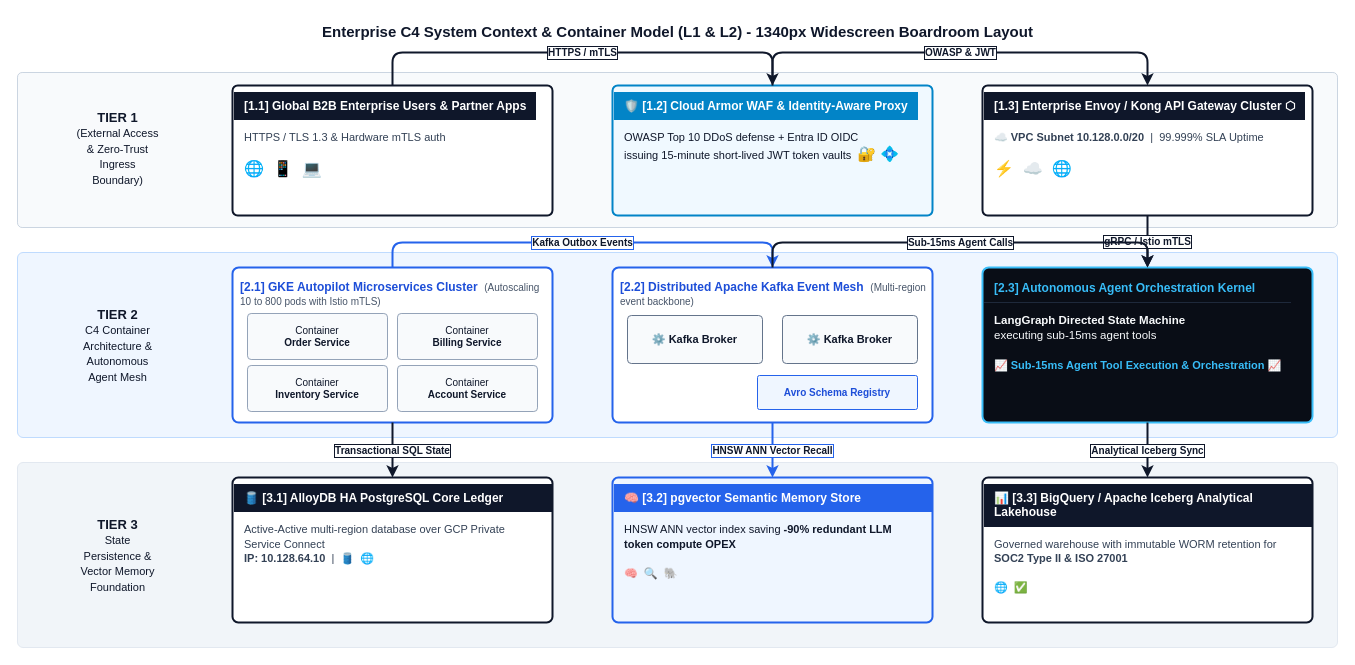
Earlier version of the draw.io diagram page "Page 1: C4 System Context Blueprint" (1 of 2) of templates/master_blueprints/xml/45_tech_c4_system_context.drawio.xml (nitinaggarwal-12/PromptCanvas). Source tidied: cells renumbered, new cells numbered last; positions are measured from the earlier drawing's top-left corner, leaving out a move shared by most shapes. Both pictures are drawn from the tidied source at 100%, with x=0, y=0 at pixel (17, 17).
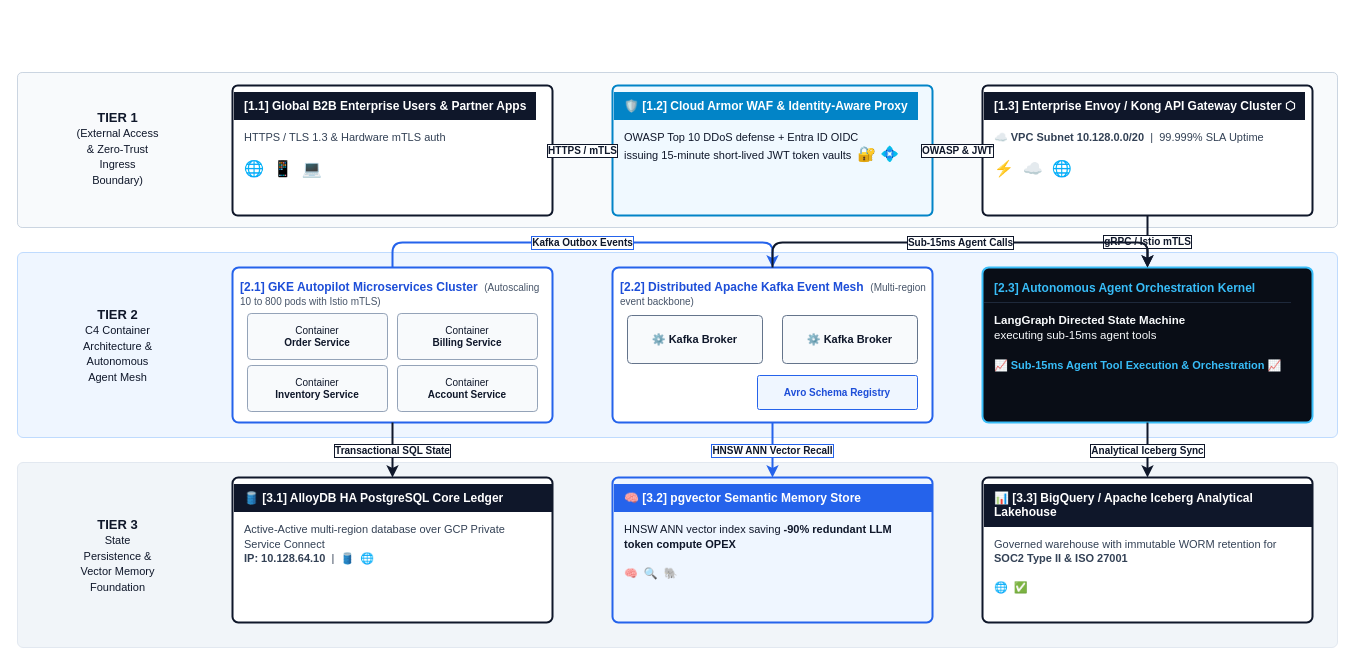
The same diagram, later.

The change refers to these unchanged cells:
```xml
<mxCell id="9" value="&lt;table style=&quot;width:100%;border-collapse:collapse;margin:0;&quot;&gt;&lt;tr&gt;&lt;td style=&quot;background-color:#0F172A;padding:7px 10px;&quot;&gt;&lt;font color=&quot;#FFFFFF&quot; style=&quot;font-size:12px;&quot;&gt;&lt;b&gt;[1.1] Global B2B Enterprise Users &amp;amp; Partner Apps&lt;/b&gt;&lt;/font&gt;&lt;/td&gt;&lt;/tr&gt;&lt;tr&gt;&lt;td style=&quot;padding:10px;&quot;&gt;&lt;font color=&quot;#334155&quot; style=&quot;font-size:11px;&quot;&gt;HTTPS / TLS 1.3 &amp;amp; Hardware mTLS auth&lt;br&gt;&lt;br&gt;&lt;span style=&quot;font-size:16px;&quot;&gt;🌐 &amp;nbsp;📱 &amp;nbsp;💻&lt;/span&gt;&lt;/font&gt;&lt;/td&gt;&lt;/tr&gt;&lt;/table&gt;" style="rounded=1;whiteSpace=wrap;html=1;arcSize=4;strokeWidth=2;strokeColor=#0F172A;fillColor=#FFFFFF;verticalAlign=top;align=left;overflow=hidden;" parent="1" vertex="1">
  <mxGeometry x="215" y="68" width="320" height="130" as="geometry" />
</mxCell>
<mxCell id="10" value="&lt;table style=&quot;width:100%;border-collapse:collapse;margin:0;&quot;&gt;&lt;tr&gt;&lt;td style=&quot;background-color:#0284C7;padding:7px 10px;&quot;&gt;&lt;font color=&quot;#FFFFFF&quot; style=&quot;font-size:12px;&quot;&gt;&lt;b&gt;🛡️ [1.2] Cloud Armor WAF &amp;amp; Identity-Aware Proxy&lt;/b&gt;&lt;/font&gt;&lt;/td&gt;&lt;/tr&gt;&lt;tr&gt;&lt;td style=&quot;padding:10px;&quot;&gt;&lt;font color=&quot;#0F172A&quot; style=&quot;font-size:11px;&quot;&gt;OWASP Top 10 DDoS defense + Entra ID OIDC&lt;br&gt;issuing 15-minute short-lived JWT token vaults &amp;nbsp;&lt;span style=&quot;font-size:15px;&quot;&gt;🔐 💠&lt;/span&gt;&lt;/font&gt;&lt;/td&gt;&lt;/tr&gt;&lt;/table&gt;" style="rounded=1;whiteSpace=wrap;html=1;arcSize=4;strokeWidth=2;strokeColor=#0284C7;fillColor=#F0F9FF;verticalAlign=top;align=left;overflow=hidden;" parent="1" vertex="1">
  <mxGeometry x="595" y="68" width="320" height="130" as="geometry" />
</mxCell>
<mxCell id="11" value="&lt;table style=&quot;width:100%;border-collapse:collapse;margin:0;&quot;&gt;&lt;tr&gt;&lt;td style=&quot;background-color:#0F172A;padding:7px 10px;&quot;&gt;&lt;font color=&quot;#FFFFFF&quot; style=&quot;font-size:12px;&quot;&gt;&lt;b&gt;[1.3] Enterprise Envoy / Kong API Gateway Cluster ⬡&lt;/b&gt;&lt;/font&gt;&lt;/td&gt;&lt;/tr&gt;&lt;tr&gt;&lt;td style=&quot;padding:10px;&quot;&gt;&lt;font color=&quot;#334155&quot; style=&quot;font-size:11px;&quot;&gt;☁️ &lt;b&gt;VPC Subnet 10.128.0.0/20&lt;/b&gt; &amp;nbsp;|&amp;nbsp; 99.999% SLA Uptime&lt;br&gt;&lt;br&gt;&lt;span style=&quot;font-size:16px;&quot;&gt;⚡ &amp;nbsp;☁️ &amp;nbsp;🌐&lt;/span&gt;&lt;/font&gt;&lt;/td&gt;&lt;/tr&gt;&lt;/table&gt;" style="rounded=1;whiteSpace=wrap;html=1;arcSize=4;strokeWidth=2;strokeColor=#0F172A;fillColor=#FFFFFF;verticalAlign=top;align=left;overflow=hidden;" parent="1" vertex="1">
  <mxGeometry x="965" y="68" width="330" height="130" as="geometry" />
</mxCell>
```

What changed in the source:
```diff
@@
-    <mxCell id="2" value="&lt;b&gt;Enterprise C4 System Context &amp;amp; Container Model (L1 &amp;amp; L2) - 1340px Widescreen Boardroom Layout&lt;/b&gt;" style="text;html=1;align=center;verticalAlign=middle;fontStyle=1;fontSize=15;fontColor=#0F172A;" parent="1" vertex="1">
-      <mxGeometry width="1320" height="28" as="geometry" />
-    </mxCell>
@@
     <mxCell id="25" value="HTTPS / mTLS" style="edgeStyle=orthogonalEdgeStyle;rounded=1;html=1;strokeWidth=2;strokeColor=#0F172A;labelBackgroundColor=#FFFFFF;labelBorderColor=#0F172A;fontColor=#0F172A;fontStyle=1;fontSize=10;" parent="1" edge="1" source="9" target="10">
       <mxGeometry relative="1" as="geometry">
         <Array as="points">
-          <mxPoint x="375" y="35" />
-          <mxPoint x="755" y="35" />
+          <mxPoint x="375" y="88" />
+          <mxPoint x="755" y="88" />
         </Array>
       </mxGeometry>
     </mxCell>
     <mxCell id="26" value="OWASP &amp;amp; JWT" style="edgeStyle=orthogonalEdgeStyle;rounded=1;html=1;strokeWidth=2;strokeColor=#0F172A;labelBackgroundColor=#FFFFFF;labelBorderColor=#0F172A;fontColor=#0F172A;fontStyle=1;fontSize=10;" parent="1" edge="1" source="10" target="11">
       <mxGeometry relative="1" as="geometry">
         <Array as="points">
-          <mxPoint x="755" y="35" />
-          <mxPoint x="1130" y="35" />
+          <mxPoint x="755" y="88" />
+          <mxPoint x="1130" y="88" />
         </Array>
       </mxGeometry>
     </mxCell>
```
